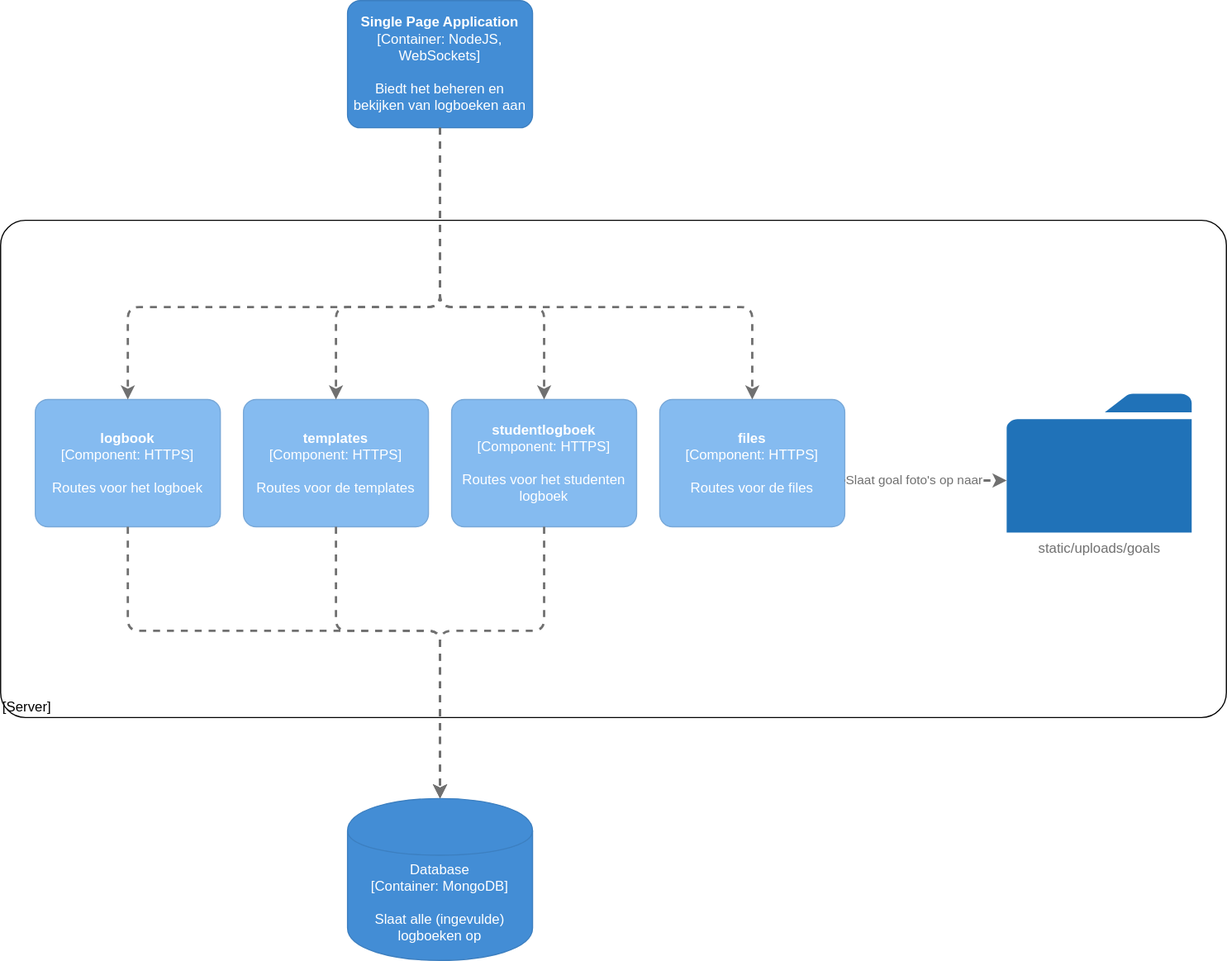
This is docs/software-guidebook/c4-model/components-server.svg from Rowan-Paul/HANAIM-DWA-Rekenlogboek, a draw.io export, as it was before one commit. Source tidied: cells renumbered, new cells last; positions are measured from the earlier drawing's top-left corner, leaving out a move shared by most shapes. Source of this version:
```xml
<mxGraphModel>
  <root>
    <mxCell id="0" />
    <mxCell id="1" parent="0" />
    <object id="2" label="&lt;div style=&quot;text-align: left&quot;&gt;%c4Name%&lt;/div&gt;&lt;div style=&quot;text-align: left&quot;&gt;[%c4Application%]&lt;/div&gt;" c4Application="Server" c4Name="" c4Type="ExecutionEnvironment" placeholders="1">
      <mxCell style="rounded=1;whiteSpace=wrap;html=1;labelBackgroundColor=none;fillColor=#ffffff;fontColor=#000000;align=left;arcSize=5;strokeColor=#000000;verticalAlign=bottom;metaData={&quot;c4Type&quot;:{&quot;editable&quot;:false}};" parent="1" vertex="1">
        <mxGeometry y="190" width="1060" height="430" as="geometry" />
      </mxCell>
    </object>
    <object id="3" label="&lt;b&gt;%c4Name%&lt;/b&gt;&lt;div&gt;[%c4Type%: %c4Technology%]&lt;/div&gt;&lt;br&gt;&lt;div&gt;%c4Description%&lt;/div&gt;" c4Description="Biedt het beheren en bekijken van logboeken aan" c4Name="Single Page Application" c4Technology="NodeJS, WebSockets" c4Type="Container" placeholders="1">
      <mxCell style="rounded=1;whiteSpace=wrap;html=1;labelBackgroundColor=none;fillColor=#438DD5;fontColor=#ffffff;align=center;arcSize=10;strokeColor=#3C7FC0;metaData={&quot;c4Type&quot;:{&quot;editable&quot;:true}};points=[[0.25,0,0],[0.5,0,0],[0.75,0,0],[1,0.25,0],[1,0.5,0],[1,0.75,0],[0.75,1,0],[0.5,1,0],[0.25,1,0],[0,0.75,0],[0,0.5,0],[0,0.25,0]];" parent="1" vertex="1">
        <mxGeometry x="300" width="160" height="110" as="geometry" />
      </mxCell>
    </object>
    <object id="4" label="&lt;b&gt;%c4Name%&lt;/b&gt;&lt;div&gt;[%c4Type%: %c4Technology%]&lt;/div&gt;&lt;br&gt;&lt;div&gt;%c4Description%&lt;/div&gt;" c4Description="Routes voor het logboek" c4Name="logbook" c4Technology="HTTPS" c4Type="Component" placeholders="1">
      <mxCell style="rounded=1;whiteSpace=wrap;html=1;labelBackgroundColor=none;fillColor=#85BBF0;fontColor=#ffffff;align=center;arcSize=10;strokeColor=#78A8D8;metaData={&quot;c4Type&quot;:{&quot;editable&quot;:true}};points=[[0.25,0,0],[0.5,0,0],[0.75,0,0],[1,0.25,0],[1,0.5,0],[1,0.75,0],[0.75,1,0],[0.5,1,0],[0.25,1,0],[0,0.75,0],[0,0.5,0],[0,0.25,0]];" parent="1" vertex="1">
        <mxGeometry x="30" y="345" width="160" height="110" as="geometry" />
      </mxCell>
    </object>
    <object id="5" label="&lt;b&gt;%c4Name%&lt;/b&gt;&lt;div&gt;[%c4Type%: %c4Technology%]&lt;/div&gt;&lt;br&gt;&lt;div&gt;%c4Description%&lt;/div&gt;" c4Description="Routes voor het studenten logboek" c4Name="studentlogboek" c4Technology="HTTPS" c4Type="Component" placeholders="1">
      <mxCell style="rounded=1;whiteSpace=wrap;html=1;labelBackgroundColor=none;fillColor=#85BBF0;fontColor=#ffffff;align=center;arcSize=10;strokeColor=#78A8D8;metaData={&quot;c4Type&quot;:{&quot;editable&quot;:true}};points=[[0.25,0,0],[0.5,0,0],[0.75,0,0],[1,0.25,0],[1,0.5,0],[1,0.75,0],[0.75,1,0],[0.5,1,0],[0.25,1,0],[0,0.75,0],[0,0.5,0],[0,0.25,0]];" parent="1" vertex="1">
        <mxGeometry x="390" y="345" width="160" height="110" as="geometry" />
      </mxCell>
    </object>
    <object id="6" label="&lt;b&gt;%c4Name%&lt;/b&gt;&lt;div&gt;[%c4Type%: %c4Technology%]&lt;/div&gt;&lt;br&gt;&lt;div&gt;%c4Description%&lt;/div&gt;" c4Description="Routes voor de templates" c4Name="templates" c4Technology="HTTPS" c4Type="Component" placeholders="1">
      <mxCell style="rounded=1;whiteSpace=wrap;html=1;labelBackgroundColor=none;fillColor=#85BBF0;fontColor=#ffffff;align=center;arcSize=10;strokeColor=#78A8D8;metaData={&quot;c4Type&quot;:{&quot;editable&quot;:true}};points=[[0.25,0,0],[0.5,0,0],[0.75,0,0],[1,0.25,0],[1,0.5,0],[1,0.75,0],[0.75,1,0],[0.5,1,0],[0.25,1,0],[0,0.75,0],[0,0.5,0],[0,0.25,0]];" parent="1" vertex="1">
        <mxGeometry x="210" y="345" width="160" height="110" as="geometry" />
      </mxCell>
    </object>
    <object id="7" label="%c4Type%&lt;div&gt;[Container:&amp;nbsp;%c4Technology%]&lt;/div&gt;&lt;br&gt;&lt;div&gt;%c4Description%&lt;/div&gt;" c4Description="Slaat alle (ingevulde) logboeken op" c4Technology="MongoDB" c4Type="Database" placeholders="1">
      <mxCell style="shape=cylinder;whiteSpace=wrap;html=1;boundedLbl=1;rounded=0;labelBackgroundColor=none;fillColor=#438DD5;fontSize=12;fontColor=#ffffff;align=center;strokeColor=#3C7FC0;points=[[0.5,0,0],[1,0.25,0],[1,0.5,0],[1,0.75,0],[0.5,1,0],[0,0.75,0],[0,0.5,0],[0,0.25,0]];metaData={&quot;c4Type&quot;:{&quot;editable&quot;:false}};" parent="1" vertex="1">
        <mxGeometry x="300" y="690" width="160" height="140" as="geometry" />
      </mxCell>
    </object>
    <mxCell id="8" style="endArrow=classic;html=1;dashed=1;strokeColor=#707070;strokeWidth=2;fontColor=#FFFFFF;exitX=0.5;exitY=1;exitDx=0;exitDy=0;exitPerimeter=0;entryX=0.5;entryY=0;entryDx=0;entryDy=0;entryPerimeter=0;" parent="1" edge="1" source="4" target="7">
      <mxGeometry relative="1" as="geometry">
        <Array as="points">
          <mxPoint x="110" y="545" />
          <mxPoint x="380" y="545" />
        </Array>
      </mxGeometry>
    </mxCell>
    <mxCell id="9" style="endArrow=classic;html=1;dashed=1;strokeColor=#707070;strokeWidth=2;fontColor=#FFFFFF;exitX=0.5;exitY=1;exitDx=0;exitDy=0;exitPerimeter=0;entryX=0.5;entryY=0;entryDx=0;entryDy=0;entryPerimeter=0;" parent="1" edge="1" source="6" target="7">
      <mxGeometry relative="1" as="geometry">
        <Array as="points">
          <mxPoint x="290" y="545" />
          <mxPoint x="380" y="545" />
        </Array>
      </mxGeometry>
    </mxCell>
    <mxCell id="10" style="endArrow=classic;html=1;dashed=1;strokeColor=#707070;strokeWidth=2;fontColor=#FFFFFF;exitX=0.5;exitY=1;exitDx=0;exitDy=0;exitPerimeter=0;entryX=0.5;entryY=0;entryDx=0;entryDy=0;entryPerimeter=0;" parent="1" edge="1" source="5" target="7">
      <mxGeometry relative="1" as="geometry">
        <Array as="points">
          <mxPoint x="470" y="545" />
          <mxPoint x="380" y="545" />
        </Array>
      </mxGeometry>
    </mxCell>
    <mxCell id="11" style="endArrow=classic;html=1;dashed=1;strokeColor=#707070;strokeWidth=2;fontColor=#FFFFFF;exitX=0.5;exitY=1;exitDx=0;exitDy=0;exitPerimeter=0;entryX=0.5;entryY=0;entryDx=0;entryDy=0;entryPerimeter=0;" parent="1" edge="1" source="3" target="4">
      <mxGeometry relative="1" as="geometry">
        <Array as="points">
          <mxPoint x="380" y="265" />
          <mxPoint x="110" y="265" />
        </Array>
      </mxGeometry>
    </mxCell>
    <mxCell id="12" style="endArrow=classic;html=1;dashed=1;strokeColor=#707070;strokeWidth=2;fontColor=#FFFFFF;exitX=0.5;exitY=1;exitDx=0;exitDy=0;exitPerimeter=0;entryX=0.5;entryY=0;entryDx=0;entryDy=0;entryPerimeter=0;" parent="1" edge="1" source="3" target="6">
      <mxGeometry relative="1" as="geometry">
        <Array as="points">
          <mxPoint x="380" y="265" />
          <mxPoint x="290" y="265" />
        </Array>
      </mxGeometry>
    </mxCell>
    <mxCell id="13" style="endArrow=classic;html=1;dashed=1;strokeColor=#707070;strokeWidth=2;fontColor=#FFFFFF;entryX=0.5;entryY=0;entryDx=0;entryDy=0;entryPerimeter=0;" parent="1" edge="1" target="5">
      <mxGeometry relative="1" as="geometry">
        <mxPoint x="380" y="110" as="sourcePoint" />
        <Array as="points">
          <mxPoint x="380" y="265" />
          <mxPoint x="470" y="265" />
        </Array>
      </mxGeometry>
    </mxCell>
    <object id="14" label="&lt;b&gt;%c4Name%&lt;/b&gt;&lt;div&gt;[%c4Type%: %c4Technology%]&lt;/div&gt;&lt;br&gt;&lt;div&gt;%c4Description%&lt;/div&gt;" c4Description="Routes voor de files" c4Name="files&#10;" c4Technology="HTTPS" c4Type="Component" placeholders="1">
      <mxCell style="rounded=1;whiteSpace=wrap;html=1;labelBackgroundColor=none;fillColor=#85BBF0;fontColor=#ffffff;align=center;arcSize=10;strokeColor=#78A8D8;metaData={&quot;c4Type&quot;:{&quot;editable&quot;:true}};points=[[0.25,0,0],[0.5,0,0],[0.75,0,0],[1,0.25,0],[1,0.5,0],[1,0.75,0],[0.75,1,0],[0.5,1,0],[0.25,1,0],[0,0.75,0],[0,0.5,0],[0,0.25,0]];" parent="1" vertex="1">
        <mxGeometry x="570" y="345" width="160" height="110" as="geometry" />
      </mxCell>
    </object>
    <mxCell id="15" style="endArrow=classic;html=1;dashed=1;strokeColor=#707070;strokeWidth=2;fontColor=#FFFFFF;exitX=0.5;exitY=1;exitDx=0;exitDy=0;exitPerimeter=0;entryX=0.5;entryY=0;entryDx=0;entryDy=0;entryPerimeter=0;" parent="1" edge="1" source="3" target="14">
      <mxGeometry relative="1" as="geometry">
        <Array as="points">
          <mxPoint x="380" y="265" />
          <mxPoint x="650" y="265" />
        </Array>
      </mxGeometry>
    </mxCell>
    <mxCell id="16" value="static/uploads/goals" style="shadow=0;dashed=0;html=1;strokeColor=none;labelPosition=center;verticalLabelPosition=bottom;verticalAlign=top;align=center;shape=mxgraph.office.concepts.folder;fillColor=#2072B8;fontColor=#707070;" parent="1" vertex="1">
      <mxGeometry x="870" y="340" width="160" height="120" as="geometry" />
    </mxCell>
    <mxCell id="17" style="endArrow=classic;html=1;dashed=1;strokeColor=#707070;strokeWidth=2;fontColor=#FFFFFF;exitX=1;exitY=0.5;exitDx=0;exitDy=0;exitPerimeter=0;" parent="1" edge="1">
      <mxGeometry relative="1" as="geometry">
        <mxPoint x="730" y="415" as="sourcePoint" />
        <mxPoint x="870" y="415" as="targetPoint" />
        <Array as="points">
          <mxPoint x="830" y="415" />
        </Array>
      </mxGeometry>
    </mxCell>
    <mxCell id="18" value="&lt;font color=&quot;#707070&quot;&gt;Slaat goal foto's op naar&lt;/font&gt;" style="edgeLabel;html=1;align=center;verticalAlign=middle;fontColor=#FFFFFF;" parent="17" vertex="1">
      <mxGeometry x="-0.12" y="2" relative="1" as="geometry">
        <mxPoint x="-1.9" y="2" as="offset" />
      </mxGeometry>
    </mxCell>
  </root>
</mxGraphModel>
```
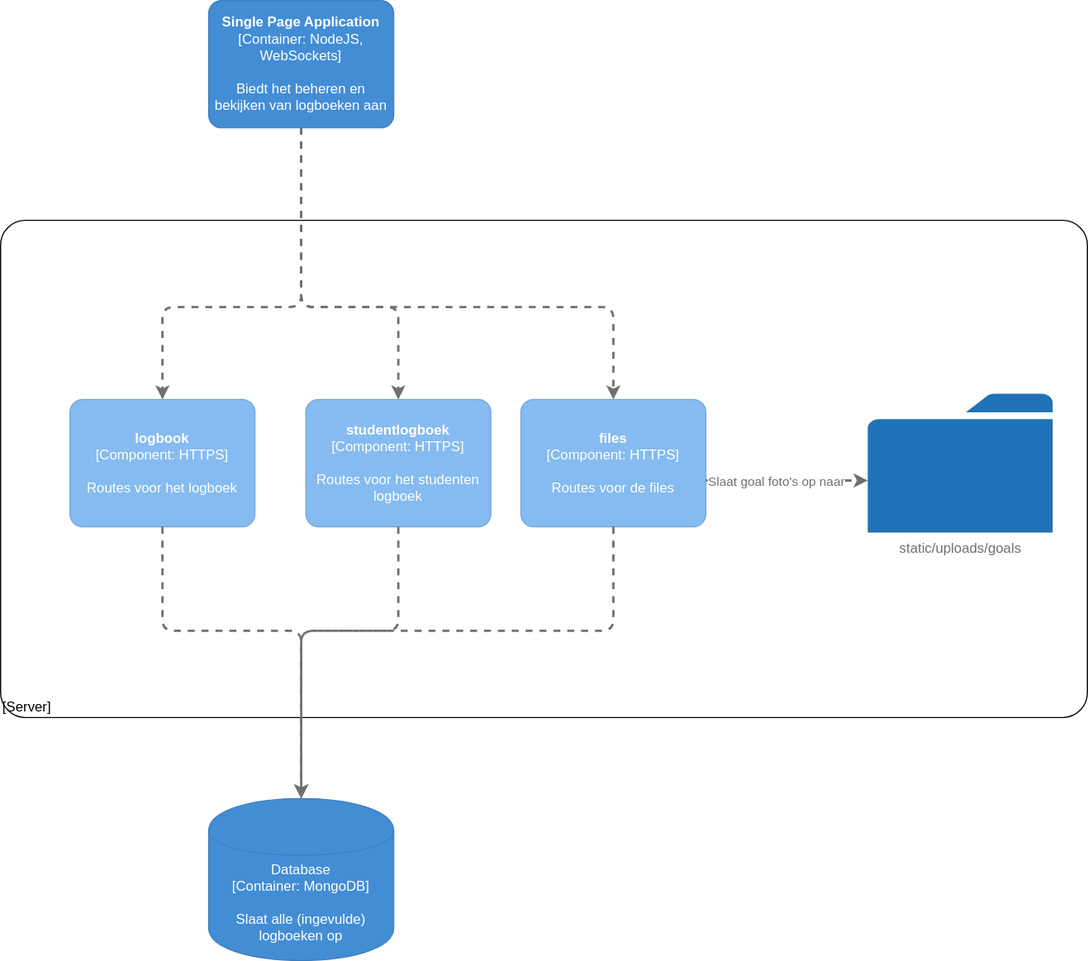
After the commit.

Diff of the diagram source:
```diff
@@ -4,7 +4,7 @@
     <mxCell id="1" parent="0" />
     <object id="2" label="&lt;div style=&quot;text-align: left&quot;&gt;%c4Name%&lt;/div&gt;&lt;div style=&quot;text-align: left&quot;&gt;[%c4Application%]&lt;/div&gt;" c4Application="Server" c4Name="" c4Type="ExecutionEnvironment" placeholders="1">
       <mxCell style="rounded=1;whiteSpace=wrap;html=1;labelBackgroundColor=none;fillColor=#ffffff;fontColor=#000000;align=left;arcSize=5;strokeColor=#000000;verticalAlign=bottom;metaData={&quot;c4Type&quot;:{&quot;editable&quot;:false}};" parent="1" vertex="1">
-        <mxGeometry y="190" width="1060" height="430" as="geometry" />
+        <mxGeometry x="120" y="190" width="940" height="430" as="geometry" />
       </mxCell>
     </object>
     <object id="3" label="&lt;b&gt;%c4Name%&lt;/b&gt;&lt;div&gt;[%c4Type%: %c4Technology%]&lt;/div&gt;&lt;br&gt;&lt;div&gt;%c4Description%&lt;/div&gt;" c4Description="Biedt het beheren en bekijken van logboeken aan" c4Name="Single Page Application" c4Technology="NodeJS, WebSockets" c4Type="Container" placeholders="1">
@@ -14,19 +14,14 @@
     </object>
     <object id="4" label="&lt;b&gt;%c4Name%&lt;/b&gt;&lt;div&gt;[%c4Type%: %c4Technology%]&lt;/div&gt;&lt;br&gt;&lt;div&gt;%c4Description%&lt;/div&gt;" c4Description="Routes voor het logboek" c4Name="logbook" c4Technology="HTTPS" c4Type="Component" placeholders="1">
       <mxCell style="rounded=1;whiteSpace=wrap;html=1;labelBackgroundColor=none;fillColor=#85BBF0;fontColor=#ffffff;align=center;arcSize=10;strokeColor=#78A8D8;metaData={&quot;c4Type&quot;:{&quot;editable&quot;:true}};points=[[0.25,0,0],[0.5,0,0],[0.75,0,0],[1,0.25,0],[1,0.5,0],[1,0.75,0],[0.75,1,0],[0.5,1,0],[0.25,1,0],[0,0.75,0],[0,0.5,0],[0,0.25,0]];" parent="1" vertex="1">
-        <mxGeometry x="30" y="345" width="160" height="110" as="geometry" />
+        <mxGeometry x="180" y="345" width="160" height="110" as="geometry" />
       </mxCell>
     </object>
     <object id="5" label="&lt;b&gt;%c4Name%&lt;/b&gt;&lt;div&gt;[%c4Type%: %c4Technology%]&lt;/div&gt;&lt;br&gt;&lt;div&gt;%c4Description%&lt;/div&gt;" c4Description="Routes voor het studenten logboek" c4Name="studentlogboek" c4Technology="HTTPS" c4Type="Component" placeholders="1">
       <mxCell style="rounded=1;whiteSpace=wrap;html=1;labelBackgroundColor=none;fillColor=#85BBF0;fontColor=#ffffff;align=center;arcSize=10;strokeColor=#78A8D8;metaData={&quot;c4Type&quot;:{&quot;editable&quot;:true}};points=[[0.25,0,0],[0.5,0,0],[0.75,0,0],[1,0.25,0],[1,0.5,0],[1,0.75,0],[0.75,1,0],[0.5,1,0],[0.25,1,0],[0,0.75,0],[0,0.5,0],[0,0.25,0]];" parent="1" vertex="1">
-        <mxGeometry x="390" y="345" width="160" height="110" as="geometry" />
+        <mxGeometry x="384" y="345" width="160" height="110" as="geometry" />
       </mxCell>
     </object>
-    <object id="6" label="&lt;b&gt;%c4Name%&lt;/b&gt;&lt;div&gt;[%c4Type%: %c4Technology%]&lt;/div&gt;&lt;br&gt;&lt;div&gt;%c4Description%&lt;/div&gt;" c4Description="Routes voor de templates" c4Name="templates" c4Technology="HTTPS" c4Type="Component" placeholders="1">
-      <mxCell style="rounded=1;whiteSpace=wrap;html=1;labelBackgroundColor=none;fillColor=#85BBF0;fontColor=#ffffff;align=center;arcSize=10;strokeColor=#78A8D8;metaData={&quot;c4Type&quot;:{&quot;editable&quot;:true}};points=[[0.25,0,0],[0.5,0,0],[0.75,0,0],[1,0.25,0],[1,0.5,0],[1,0.75,0],[0.75,1,0],[0.5,1,0],[0.25,1,0],[0,0.75,0],[0,0.5,0],[0,0.25,0]];" parent="1" vertex="1">
-        <mxGeometry x="210" y="345" width="160" height="110" as="geometry" />
-      </mxCell>
-    </object>
     <object id="7" label="%c4Type%&lt;div&gt;[Container:&amp;nbsp;%c4Technology%]&lt;/div&gt;&lt;br&gt;&lt;div&gt;%c4Description%&lt;/div&gt;" c4Description="Slaat alle (ingevulde) logboeken op" c4Technology="MongoDB" c4Type="Database" placeholders="1">
       <mxCell style="shape=cylinder;whiteSpace=wrap;html=1;boundedLbl=1;rounded=0;labelBackgroundColor=none;fillColor=#438DD5;fontSize=12;fontColor=#ffffff;align=center;strokeColor=#3C7FC0;points=[[0.5,0,0],[1,0.25,0],[1,0.5,0],[1,0.75,0],[0.5,1,0],[0,0.75,0],[0,0.5,0],[0,0.25,0]];metaData={&quot;c4Type&quot;:{&quot;editable&quot;:false}};" parent="1" vertex="1">
         <mxGeometry x="300" y="690" width="160" height="140" as="geometry" />
@@ -35,23 +30,15 @@
     <mxCell id="8" style="endArrow=classic;html=1;dashed=1;strokeColor=#707070;strokeWidth=2;fontColor=#FFFFFF;exitX=0.5;exitY=1;exitDx=0;exitDy=0;exitPerimeter=0;entryX=0.5;entryY=0;entryDx=0;entryDy=0;entryPerimeter=0;" parent="1" edge="1" source="4" target="7">
       <mxGeometry relative="1" as="geometry">
         <Array as="points">
-          <mxPoint x="110" y="545" />
+          <mxPoint x="260" y="545" />
           <mxPoint x="380" y="545" />
         </Array>
       </mxGeometry>
     </mxCell>
-    <mxCell id="9" style="endArrow=classic;html=1;dashed=1;strokeColor=#707070;strokeWidth=2;fontColor=#FFFFFF;exitX=0.5;exitY=1;exitDx=0;exitDy=0;exitPerimeter=0;entryX=0.5;entryY=0;entryDx=0;entryDy=0;entryPerimeter=0;" parent="1" edge="1" source="6" target="7">
-      <mxGeometry relative="1" as="geometry">
-        <Array as="points">
-          <mxPoint x="290" y="545" />
-          <mxPoint x="380" y="545" />
-        </Array>
-      </mxGeometry>
-    </mxCell>
     <mxCell id="10" style="endArrow=classic;html=1;dashed=1;strokeColor=#707070;strokeWidth=2;fontColor=#FFFFFF;exitX=0.5;exitY=1;exitDx=0;exitDy=0;exitPerimeter=0;entryX=0.5;entryY=0;entryDx=0;entryDy=0;entryPerimeter=0;" parent="1" edge="1" source="5" target="7">
       <mxGeometry relative="1" as="geometry">
         <Array as="points">
-          <mxPoint x="470" y="545" />
+          <mxPoint x="464" y="545" />
           <mxPoint x="380" y="545" />
         </Array>
       </mxGeometry>
@@ -60,24 +47,16 @@
       <mxGeometry relative="1" as="geometry">
         <Array as="points">
           <mxPoint x="380" y="265" />
-          <mxPoint x="110" y="265" />
+          <mxPoint x="260" y="265" />
         </Array>
       </mxGeometry>
     </mxCell>
-    <mxCell id="12" style="endArrow=classic;html=1;dashed=1;strokeColor=#707070;strokeWidth=2;fontColor=#FFFFFF;exitX=0.5;exitY=1;exitDx=0;exitDy=0;exitPerimeter=0;entryX=0.5;entryY=0;entryDx=0;entryDy=0;entryPerimeter=0;" parent="1" edge="1" source="3" target="6">
-      <mxGeometry relative="1" as="geometry">
-        <Array as="points">
-          <mxPoint x="380" y="265" />
-          <mxPoint x="290" y="265" />
-        </Array>
-      </mxGeometry>
-    </mxCell>
     <mxCell id="13" style="endArrow=classic;html=1;dashed=1;strokeColor=#707070;strokeWidth=2;fontColor=#FFFFFF;entryX=0.5;entryY=0;entryDx=0;entryDy=0;entryPerimeter=0;" parent="1" edge="1" target="5">
       <mxGeometry relative="1" as="geometry">
         <mxPoint x="380" y="110" as="sourcePoint" />
         <Array as="points">
           <mxPoint x="380" y="265" />
-          <mxPoint x="470" y="265" />
+          <mxPoint x="464" y="265" />
         </Array>
       </mxGeometry>
     </mxCell>
@@ -111,5 +90,15 @@
         <mxPoint x="-1.9" y="2" as="offset" />
       </mxGeometry>
     </mxCell>
+    <mxCell id="19" style="endArrow=classic;html=1;dashed=1;strokeColor=#707070;strokeWidth=2;fontColor=#FFFFFF;exitX=0.5;exitY=1;exitDx=0;exitDy=0;exitPerimeter=0;" parent="1" edge="1">
+      <mxGeometry relative="1" as="geometry">
+        <mxPoint x="650" y="455" as="sourcePoint" />
+        <mxPoint x="380" y="690" as="targetPoint" />
+        <Array as="points">
+          <mxPoint x="650" y="545" />
+          <mxPoint x="380" y="545" />
+        </Array>
+      </mxGeometry>
+    </mxCell>
   </root>
 </mxGraphModel>
```
